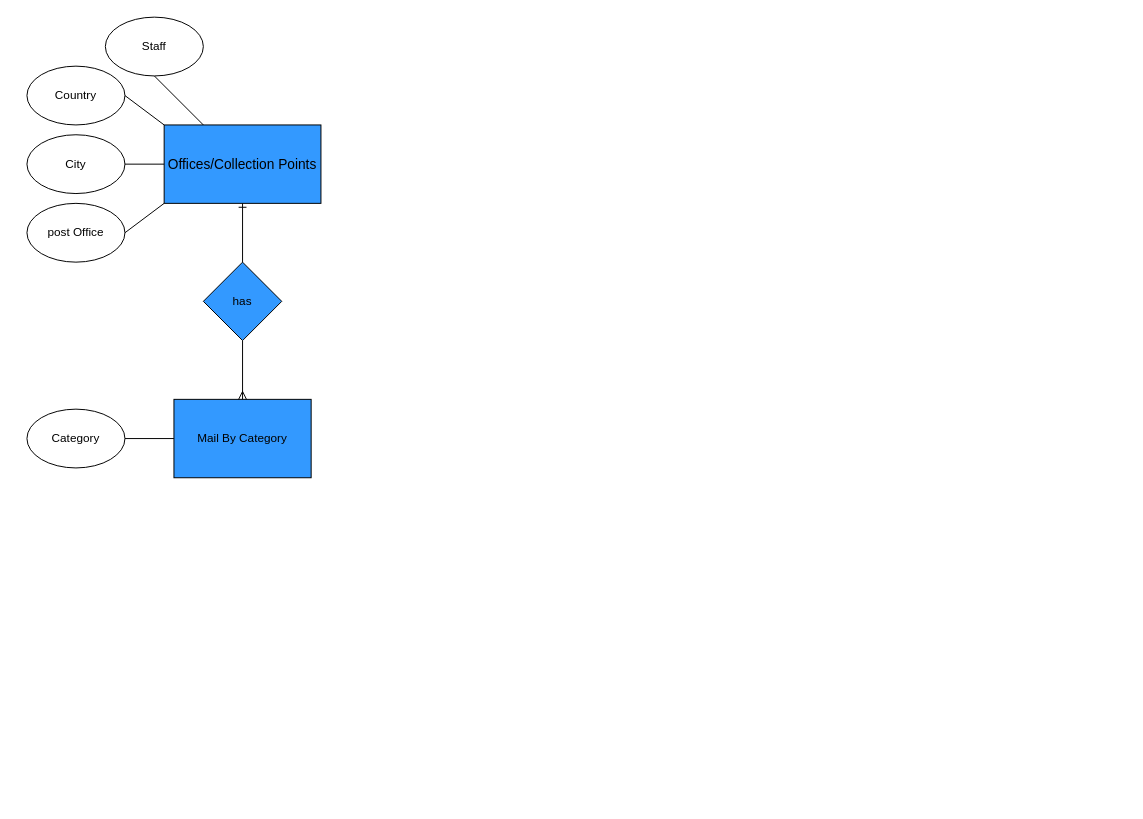
The draw.io diagram page "Page-2" (2 of 4) of Untitled Diagram.drawio in LeDaniii/CFLMS-Matzer-Codereview-09, before the edit. Source tidied: cells renumbered, new cells numbered last; positions are measured from the earlier drawing's top-left corner, leaving out a move shared by most shapes. Both pictures are drawn from the tidied source at 98%, with x=0, y=0 at pixel (26, 17).
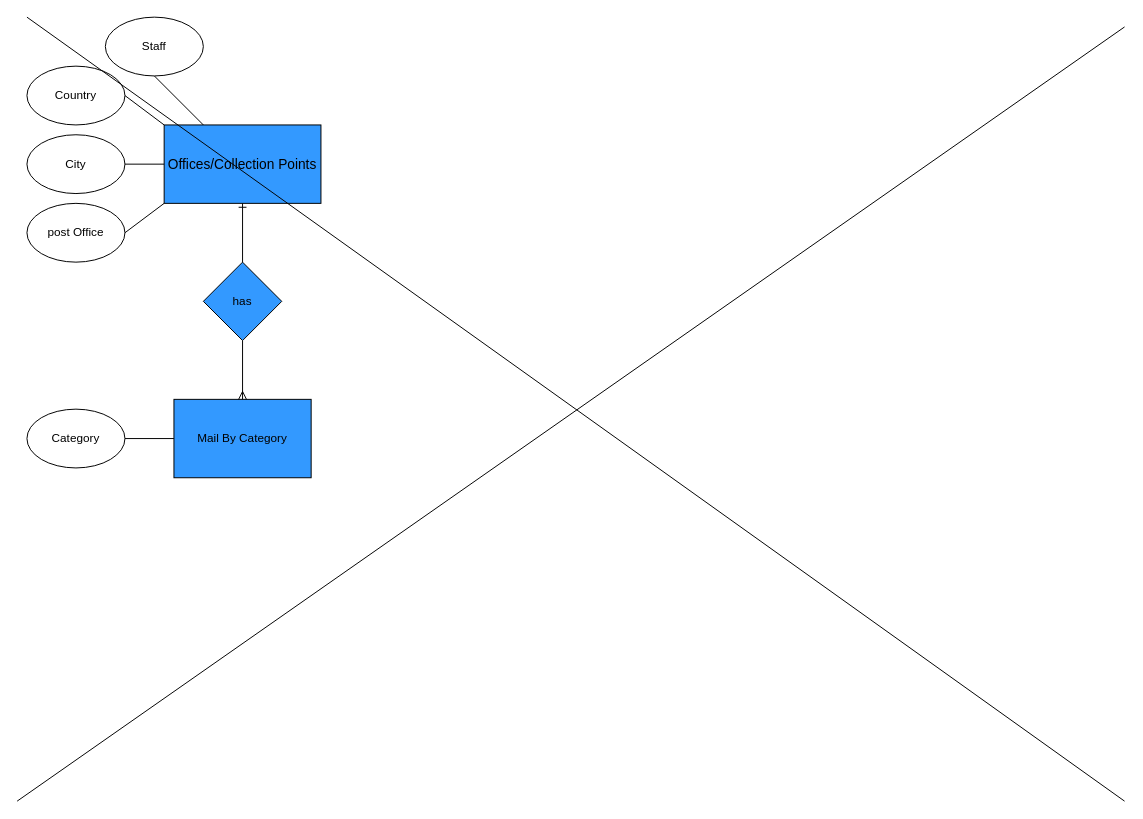
After the change.

The edit, as a diff of the source:
```diff
@@
+    <mxCell id="17" style="endArrow=none;html=1;fontColor=#f0f0f0;" parent="1" edge="1">
+      <mxGeometry relative="1" as="geometry">
+        <mxPoint x="1120" y="800" as="sourcePoint" />
+        <mxPoint as="targetPoint" />
+      </mxGeometry>
+    </mxCell>
+    <mxCell id="18" style="endArrow=none;html=1;fontColor=#f0f0f0;" parent="1" edge="1">
+      <mxGeometry relative="1" as="geometry">
+        <mxPoint x="-10" y="800" as="sourcePoint" />
+        <mxPoint x="1120" y="10" as="targetPoint" />
+      </mxGeometry>
+    </mxCell>
```
